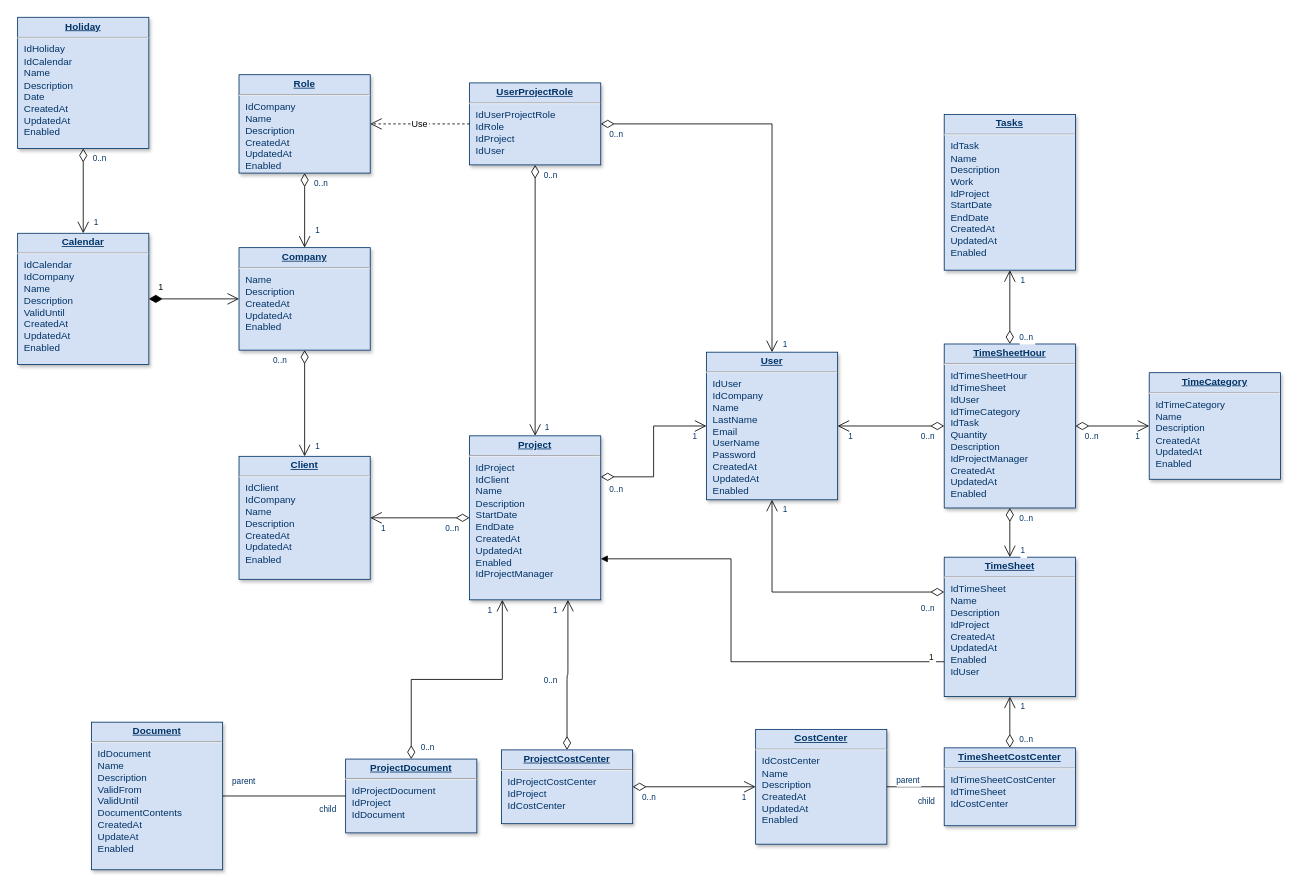
This is 未命名绘图.drawio from jume2003/transformers, a draw.io file, before an edit. Source tidied: cells renumbered, new cells numbered last; positions are measured from the earlier drawing's top-left corner, leaving out a move shared by most shapes. Both pictures are drawn from the tidied source at 82%, with x=0, y=0 at pixel (17, 17).
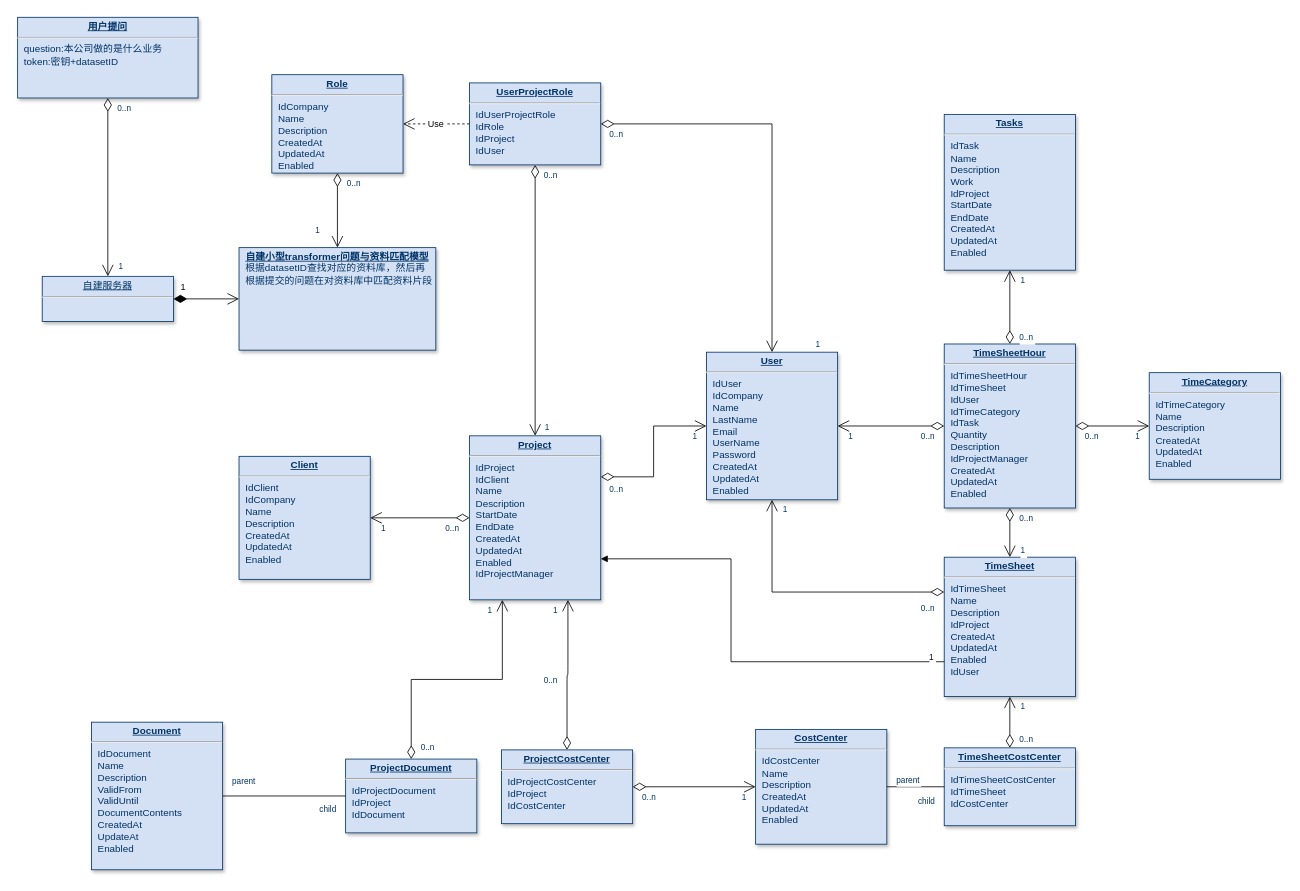
Above is the later version.

Commit message:
更新未命名绘图.drawio

Unchanged cells that the change refers to:
```xml
<mxCell id="7" value="&lt;p style=&quot;margin: 0px; margin-top: 4px; text-align: center; text-decoration: underline;&quot;&gt;&lt;strong&gt;Client&lt;/strong&gt;&lt;/p&gt;&lt;hr /&gt;&lt;p style=&quot;margin: 0px; margin-left: 8px;&quot;&gt;IdClient&lt;/p&gt;&lt;p style=&quot;margin: 0px; margin-left: 8px;&quot;&gt;IdCompany&lt;/p&gt;&lt;p style=&quot;margin: 0px; margin-left: 8px;&quot;&gt;Name&lt;/p&gt;&lt;p style=&quot;margin: 0px; margin-left: 8px;&quot;&gt;Description&lt;/p&gt;&lt;p style=&quot;margin: 0px; margin-left: 8px;&quot;&gt;CreatedAt&lt;/p&gt;&lt;p style=&quot;margin: 0px; margin-left: 8px;&quot;&gt;UpdatedAt&lt;/p&gt;&lt;p style=&quot;margin: 0px; margin-left: 8px;&quot;&gt;Enabled&lt;/p&gt;" style="verticalAlign=top;align=left;overflow=fill;fontSize=12;fontFamily=Helvetica;html=1;strokeColor=#003366;shadow=1;fillColor=#D4E1F5;fontColor=#003366;" parent="1" vertex="1">
  <mxGeometry x="270" y="535" width="160" height="150" as="geometry" />
</mxCell>
```

Diff of the diagram source:
```diff
@@
     <mxCell id="2" value="&lt;p style=&quot;margin: 0px; margin-top: 4px; text-align: center; text-decoration: underline;&quot;&gt;&lt;strong&gt;Role&lt;/strong&gt;&lt;/p&gt;&lt;hr /&gt;&lt;p style=&quot;margin: 0px; margin-left: 8px;&quot;&gt;IdCompany&lt;br /&gt;Name&lt;/p&gt;&lt;p style=&quot;margin: 0px; margin-left: 8px;&quot;&gt;Description&lt;/p&gt;&lt;p style=&quot;margin: 0px; margin-left: 8px;&quot;&gt;CreatedAt&lt;/p&gt;&lt;p style=&quot;margin: 0px; margin-left: 8px;&quot;&gt;UpdatedAt&lt;/p&gt;&lt;p style=&quot;margin: 0px; margin-left: 8px;&quot;&gt;Enabled&lt;/p&gt;" style="verticalAlign=top;align=left;overflow=fill;fontSize=12;fontFamily=Helvetica;html=1;strokeColor=#003366;shadow=1;fillColor=#D4E1F5;fontColor=#003366;" parent="1" vertex="1">
-      <mxGeometry x="270" y="69.6" width="160" height="120" as="geometry" />
+      <mxGeometry x="310" y="69.6" width="160" height="120" as="geometry" />
     </mxCell>
-    <mxCell id="3" value="&lt;p style=&quot;margin: 0px; margin-top: 4px; text-align: center; text-decoration: underline;&quot;&gt;&lt;strong&gt;Company&lt;/strong&gt;&lt;/p&gt;&lt;hr /&gt;&lt;p style=&quot;margin: 0px; margin-left: 8px;&quot;&gt;Name&lt;/p&gt;&lt;p style=&quot;margin: 0px; margin-left: 8px;&quot;&gt;Description&lt;/p&gt;&lt;p style=&quot;margin: 0px; margin-left: 8px;&quot;&gt;CreatedAt&lt;/p&gt;&lt;p style=&quot;margin: 0px; margin-left: 8px;&quot;&gt;UpdatedAt&lt;/p&gt;&lt;p style=&quot;margin: 0px; margin-left: 8px;&quot;&gt;Enabled&lt;/p&gt;" style="verticalAlign=top;align=left;overflow=fill;fontSize=12;fontFamily=Helvetica;html=1;strokeColor=#003366;shadow=1;fillColor=#D4E1F5;fontColor=#003366;" parent="1" vertex="1">
-      <mxGeometry x="270" y="280.5" width="160" height="125" as="geometry" />
+    <mxCell id="3" value="&lt;p style=&quot;margin: 0px; margin-top: 4px; text-align: center; text-decoration: underline;&quot;&gt;&lt;b&gt;自建小型transformer问题与资料匹配模型&lt;/b&gt;&lt;/p&gt;&lt;p style=&quot;margin: 0px; margin-left: 8px;&quot;&gt;根据datasetID查找对应的资料库，然后再&lt;/p&gt;&lt;p style=&quot;margin: 0px; margin-left: 8px;&quot;&gt;根据提交的问题在对资料库中匹配资料片段&lt;/p&gt;&lt;p style=&quot;margin: 0px; margin-left: 8px;&quot;&gt;&lt;br&gt;&lt;/p&gt;" style="verticalAlign=top;align=left;overflow=fill;fontSize=12;fontFamily=Helvetica;html=1;strokeColor=#003366;shadow=1;fillColor=#D4E1F5;fontColor=#003366;" parent="1" vertex="1">
+      <mxGeometry x="270" y="280.5" width="240" height="125" as="geometry" />
     </mxCell>
-    <mxCell id="4" value="&lt;p style=&quot;margin: 0px; margin-top: 4px; text-align: center; text-decoration: underline;&quot;&gt;&lt;strong&gt;Calendar&lt;/strong&gt;&lt;/p&gt;&lt;hr /&gt;&lt;p style=&quot;margin: 0px; margin-left: 8px;&quot;&gt;IdCalendar&lt;/p&gt;&lt;p style=&quot;margin: 0px; margin-left: 8px;&quot;&gt;IdCompany&lt;/p&gt;&lt;p style=&quot;margin: 0px; margin-left: 8px;&quot;&gt;Name&lt;/p&gt;&lt;p style=&quot;margin: 0px; margin-left: 8px;&quot;&gt;Description&lt;/p&gt;&lt;p style=&quot;margin: 0px; margin-left: 8px;&quot;&gt;ValidUntil&lt;/p&gt;&lt;p style=&quot;margin: 0px; margin-left: 8px;&quot;&gt;CreatedAt&lt;/p&gt;&lt;p style=&quot;margin: 0px; margin-left: 8px;&quot;&gt;UpdatedAt&lt;/p&gt;&lt;p style=&quot;margin: 0px; margin-left: 8px;&quot;&gt;Enabled&lt;/p&gt;" style="verticalAlign=top;align=left;overflow=fill;fontSize=12;fontFamily=Helvetica;html=1;strokeColor=#003366;shadow=1;fillColor=#D4E1F5;fontColor=#003366;" parent="1" vertex="1">
-      <mxGeometry y="263" width="160" height="160" as="geometry" />
+    <mxCell id="4" value="&lt;p style=&quot;margin: 0px; margin-top: 4px; text-align: center; text-decoration: underline;&quot;&gt;自建服务器&lt;/p&gt;&lt;hr&gt;&lt;p style=&quot;margin: 0px; margin-left: 8px;&quot;&gt;&lt;br&gt;&lt;/p&gt;" style="verticalAlign=top;align=left;overflow=fill;fontSize=12;fontFamily=Helvetica;html=1;strokeColor=#003366;shadow=1;fillColor=#D4E1F5;fontColor=#003366;" parent="1" vertex="1">
+      <mxGeometry x="30" y="315.5" width="160" height="55" as="geometry" />
     </mxCell>
@@
-    <mxCell id="8" value="&lt;p style=&quot;margin: 0px; margin-top: 4px; text-align: center; text-decoration: underline;&quot;&gt;&lt;strong&gt;Holiday&lt;/strong&gt;&lt;/p&gt;&lt;hr /&gt;&lt;p style=&quot;margin: 0px; margin-left: 8px;&quot;&gt;IdHoliday&lt;/p&gt;&lt;p style=&quot;margin: 0px; margin-left: 8px;&quot;&gt;IdCalendar&lt;/p&gt;&lt;p style=&quot;margin: 0px; margin-left: 8px;&quot;&gt;Name&lt;/p&gt;&lt;p style=&quot;margin: 0px; margin-left: 8px;&quot;&gt;Description&lt;/p&gt;&lt;p style=&quot;margin: 0px; margin-left: 8px;&quot;&gt;Date&lt;/p&gt;&lt;p style=&quot;margin: 0px; margin-left: 8px;&quot;&gt;CreatedAt&lt;/p&gt;&lt;p style=&quot;margin: 0px; margin-left: 8px;&quot;&gt;UpdatedAt&lt;/p&gt;&lt;p style=&quot;margin: 0px; margin-left: 8px;&quot;&gt;Enabled&lt;/p&gt;" style="verticalAlign=top;align=left;overflow=fill;fontSize=12;fontFamily=Helvetica;html=1;strokeColor=#003366;shadow=1;fillColor=#D4E1F5;fontColor=#003366;" parent="1" vertex="1">
-      <mxGeometry y="-0.4" width="160" height="160" as="geometry" />
+    <mxCell id="8" value="&lt;p style=&quot;margin: 0px; margin-top: 4px; text-align: center; text-decoration: underline;&quot;&gt;&lt;b&gt;用户提问&lt;/b&gt;&lt;/p&gt;&lt;hr&gt;&lt;p style=&quot;margin: 0px; margin-left: 8px;&quot;&gt;question:本公司做的是什么业务&lt;/p&gt;&lt;p style=&quot;margin: 0px; margin-left: 8px;&quot;&gt;token:密钥+datasetID&lt;/p&gt;" style="verticalAlign=top;align=left;overflow=fill;fontSize=12;fontFamily=Helvetica;html=1;strokeColor=#003366;shadow=1;fillColor=#D4E1F5;fontColor=#003366;" parent="1" vertex="1">
+      <mxGeometry y="-0.4" width="220" height="98.4" as="geometry" />
     </mxCell>
@@
-    <mxCell id="58" style="endArrow=open;endSize=12;startArrow=diamondThin;startSize=14;startFill=0;edgeStyle=orthogonalEdgeStyle;" parent="1" edge="1" source="3" target="7">
-      <mxGeometry x="519.4" y="200" as="geometry" />
-    </mxCell>
-    <mxCell id="59" value="0..n" style="align=left;verticalAlign=top;labelBackgroundColor=#ffffff;fontSize=10;strokeColor=#003366;shadow=1;fillColor=#D4E1F5;fontColor=#003366;" parent="58" vertex="1">
-      <mxGeometry x="-1" relative="1" as="geometry">
-        <mxPoint x="-40" as="offset" />
-      </mxGeometry>
-    </mxCell>
-    <mxCell id="60" value="1" style="align=right;verticalAlign=top;labelBackgroundColor=#ffffff;fontSize=10;strokeColor=#003366;shadow=1;fillColor=#D4E1F5;fontColor=#003366;" parent="58" vertex="1">
-      <mxGeometry x="1" relative="1" as="geometry">
-        <mxPoint x="20" y="-25" as="offset" />
-      </mxGeometry>
-    </mxCell>
```
